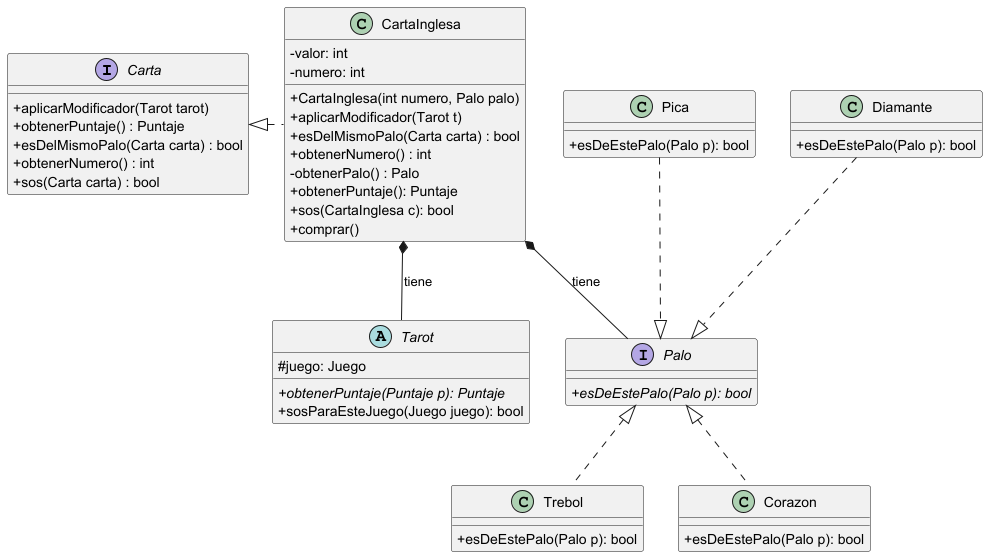
Before: diagrams/classes/Carta.png, a diagram exported from PlantUML (facukresta/g06-tp2-2c-2024).
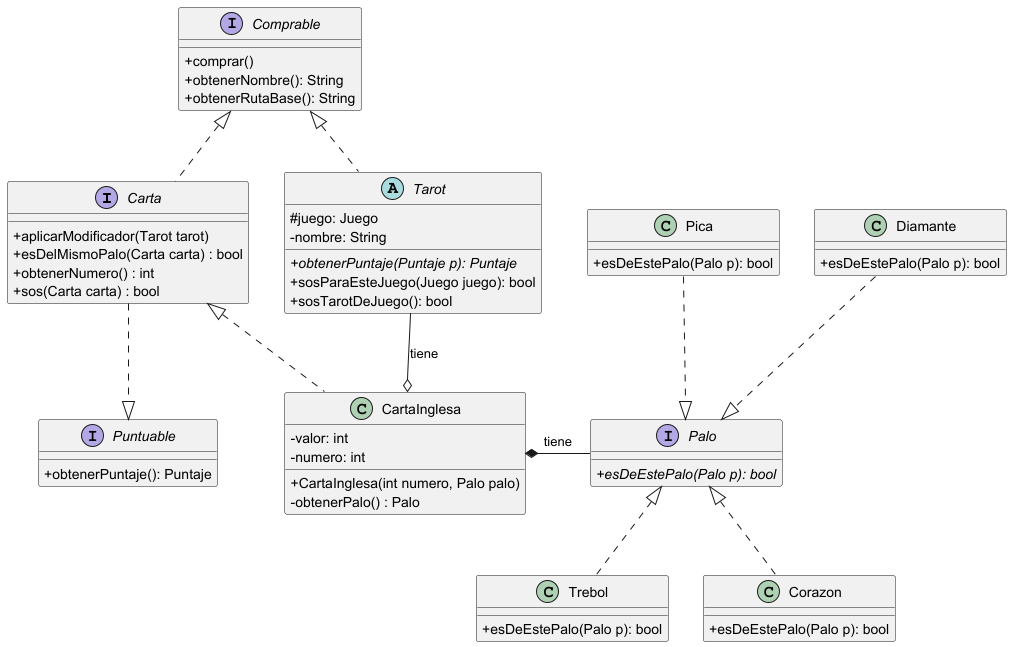
Above is the later version.

What changed in the source:
```diff
@@ -3,38 +3,43 @@
 
 interface Carta {
     +aplicarModificador(Tarot tarot)
-    +obtenerPuntaje() : Puntaje
     +esDelMismoPalo(Carta carta) : bool
     +obtenerNumero() : int
     +sos(Carta carta) : bool
+}
+
+interface Puntuable {
+    +obtenerPuntaje(): Puntaje
+}
+
+interface Comprable {
+    +comprar()
+    +obtenerNombre(): String
+    +obtenerRutaBase(): String
 }
 
 class CartaInglesa {
 -valor: int
 -numero: int
 +CartaInglesa(int numero, Palo palo)
-+aplicarModificador(Tarot t)
-+esDelMismoPalo(Carta carta) : bool
-+obtenerNumero() : int
 -obtenerPalo() : Palo
-+obtenerPuntaje(): Puntaje
-+sos(CartaInglesa c): bool
-+comprar()
 }
 
 abstract class Tarot{
 #juego: Juego
+-nombre: String
 +{abstract}obtenerPuntaje(Puntaje p): Puntaje
 +sosParaEsteJuego(Juego juego): bool
++sosTarotDeJuego(): bool
 }
 
-CartaInglesa *-- Tarot :tiene
+
 
 interface Palo {
 +{abstract}esDeEstePalo(Palo p): bool
 }
 
-CartaInglesa *-- Palo :tiene
+
 
 class Trebol {
 +esDeEstePalo(Palo p): bool
@@ -52,6 +57,15 @@
 +esDeEstePalo(Palo p): bool
 }
 
+Tarot .up.|> Comprable
+
+CartaInglesa o-up- Tarot :tiene
+
+Carta ..|> Puntuable
+Carta .up.|> Comprable
+
+Palo -left-* CartaInglesa :tiene
+
 Trebol .up.|> Palo
 Corazon .up.|> Palo
 Diamante .down.|> Palo
```
